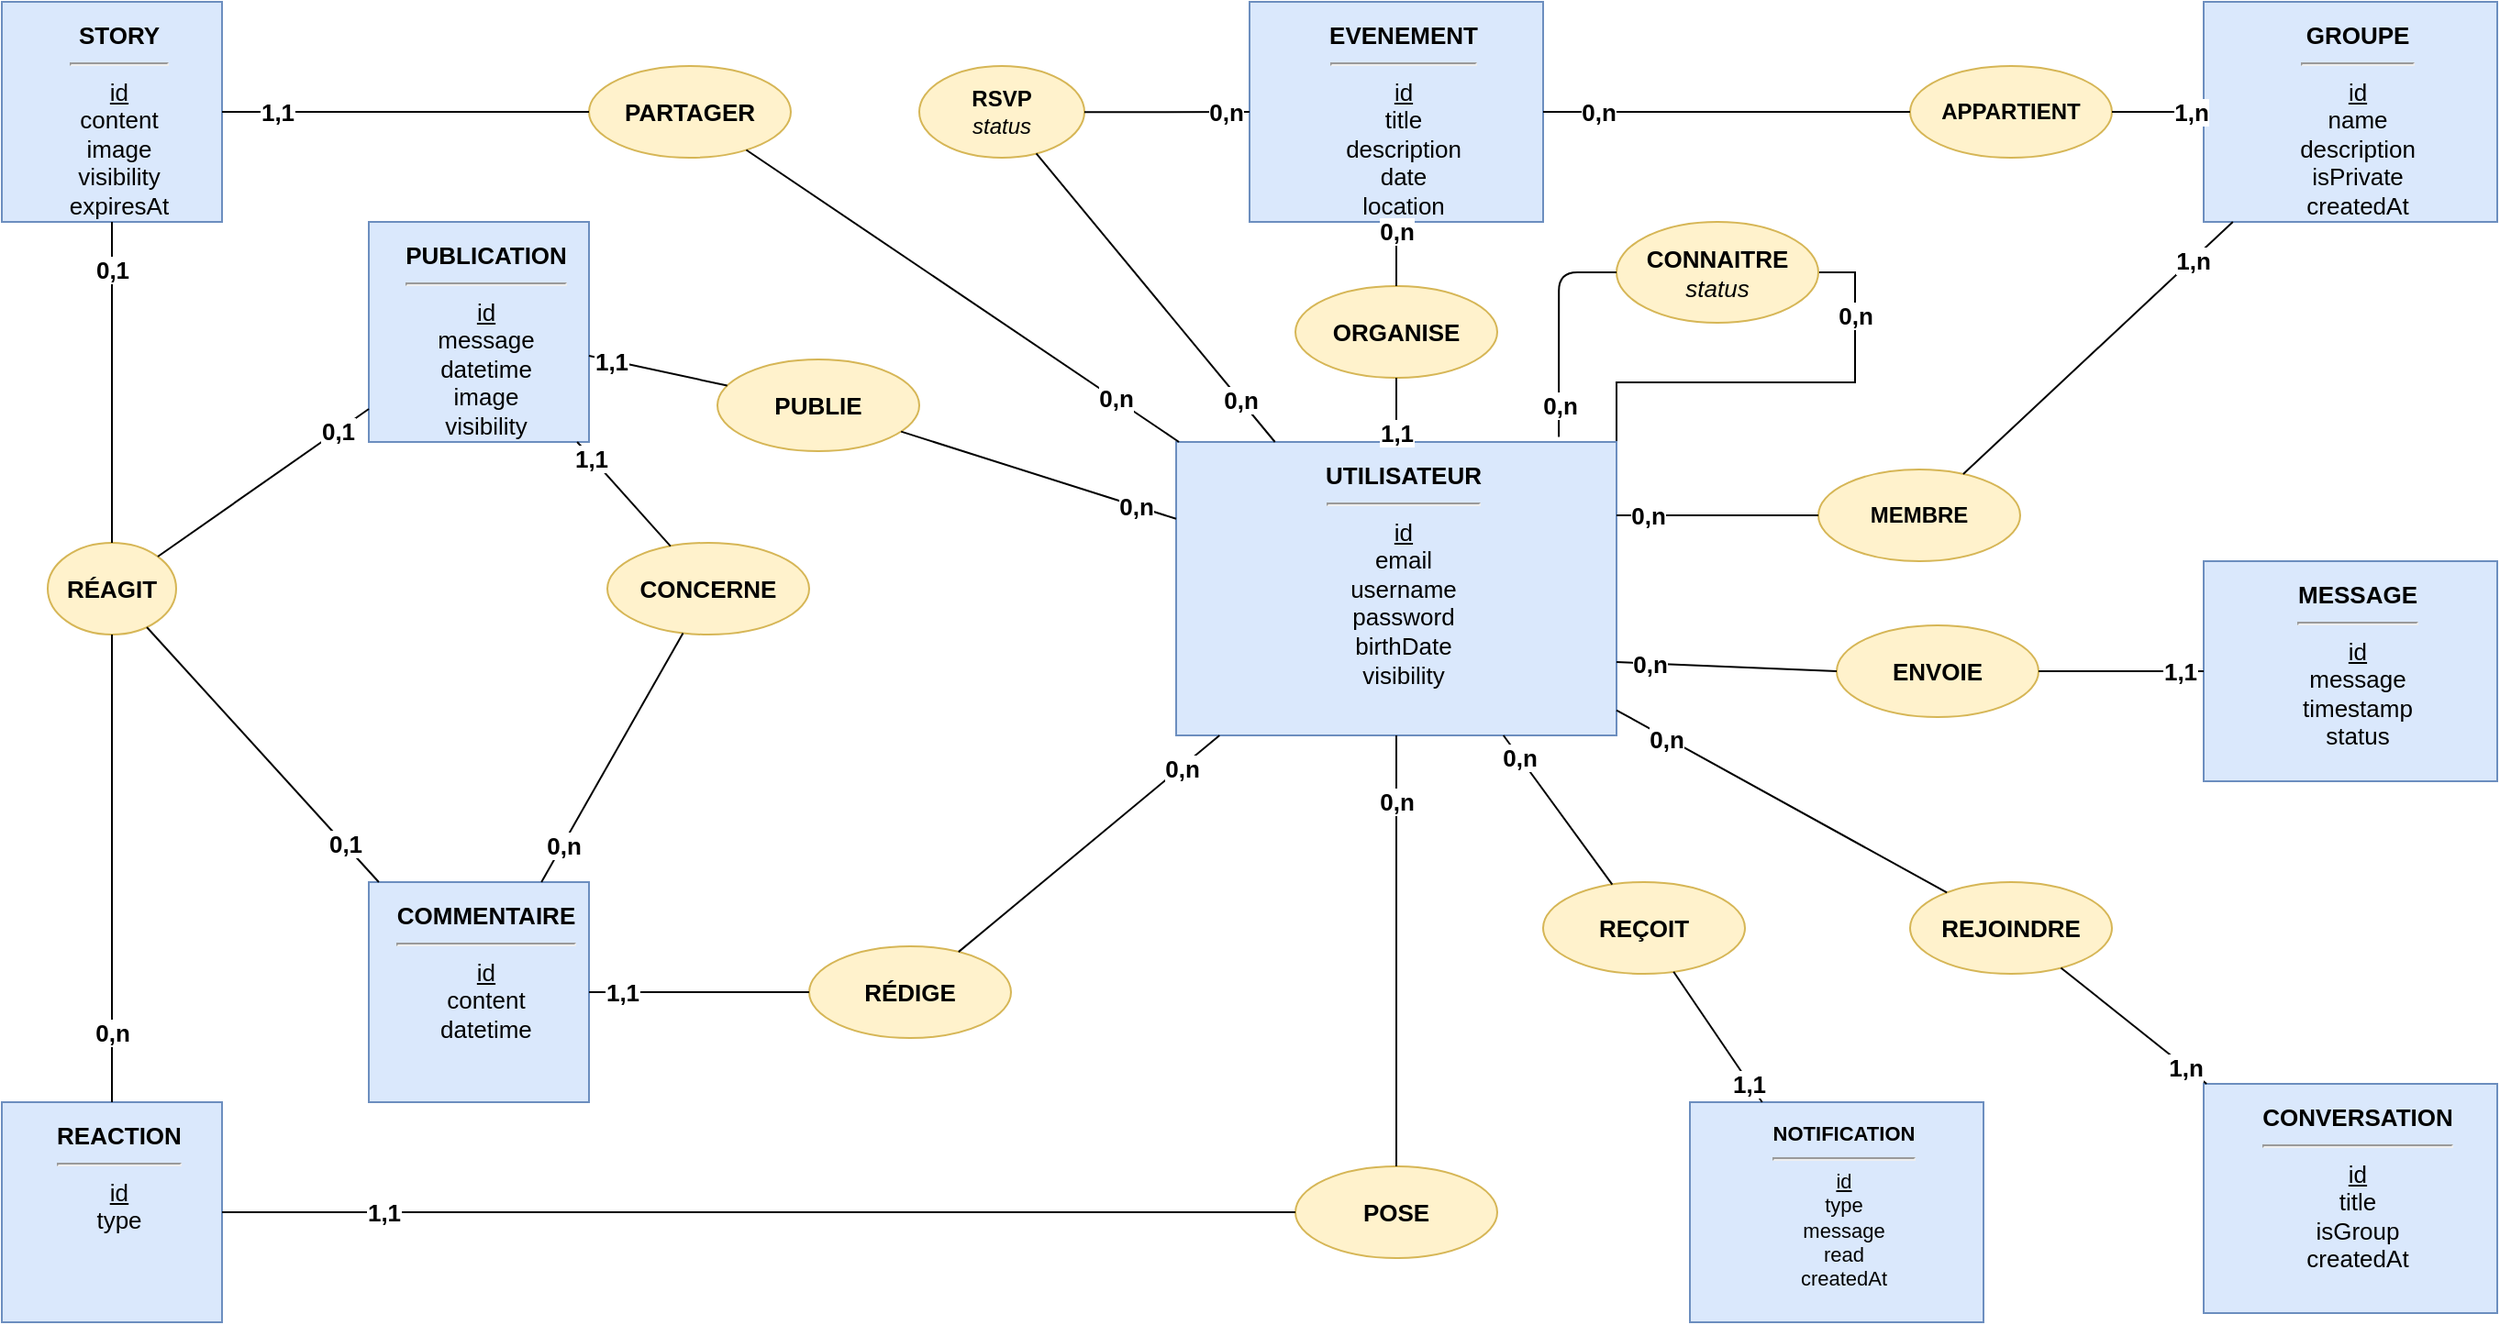
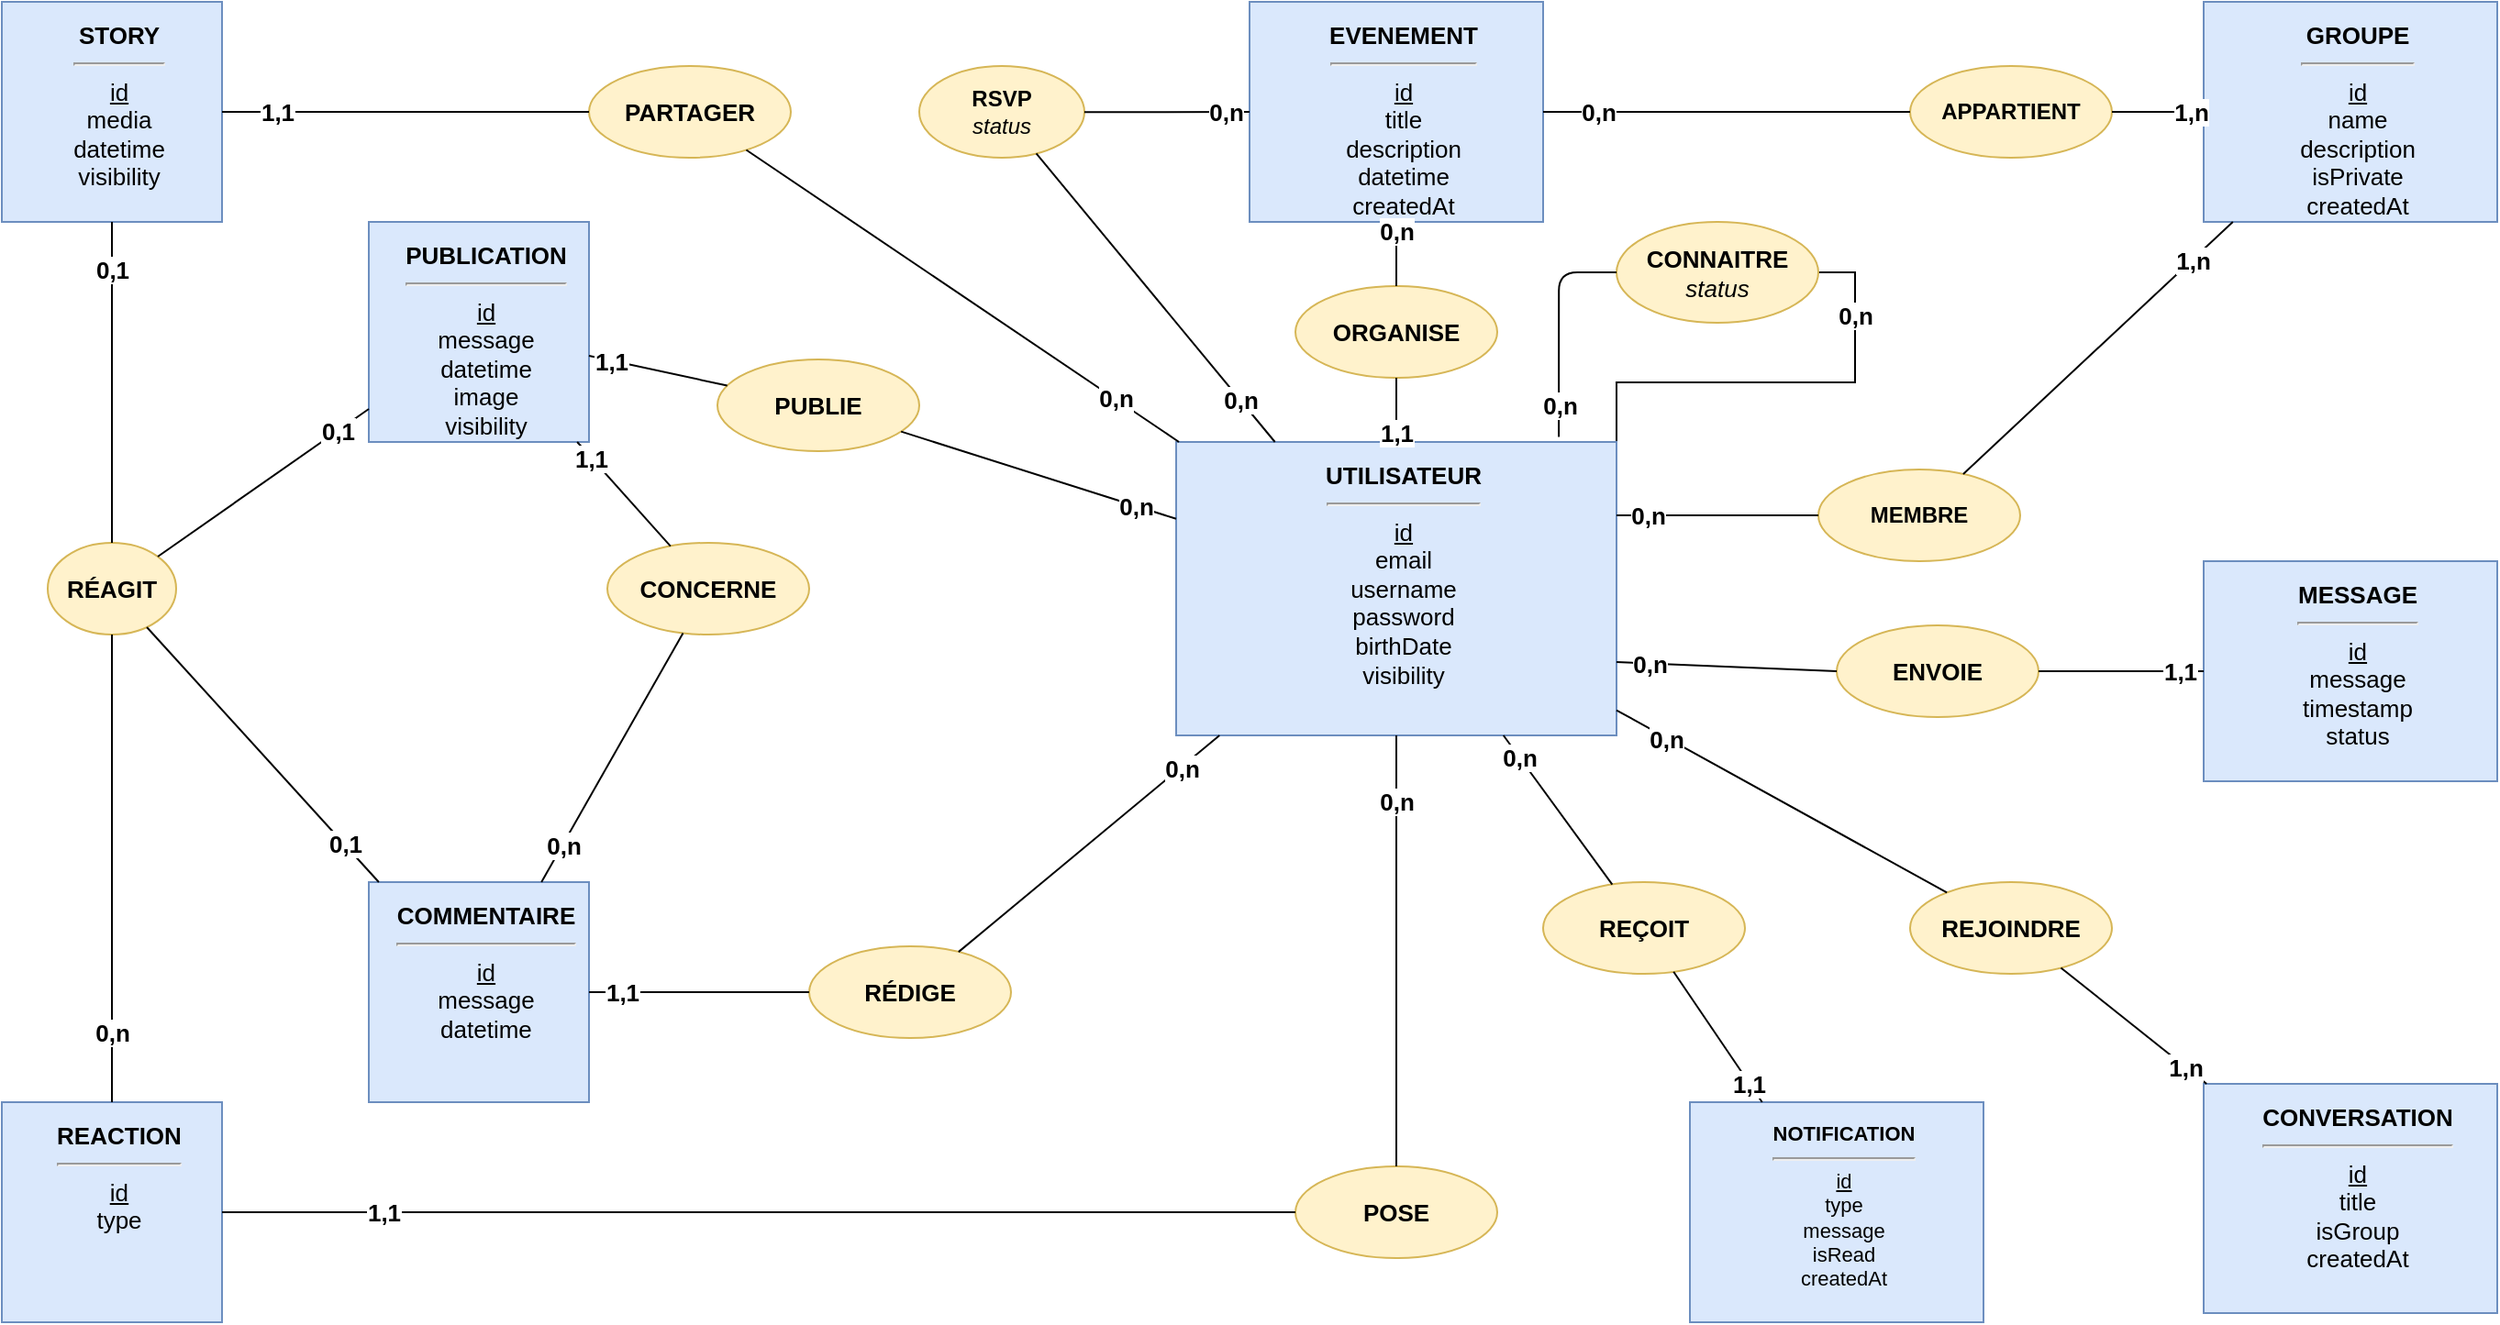
<mxfile host="app.diagrams.net">
  <diagram id="AvOPGSfi3XTp1epjIo77" name="Page-1">
-     <mxGraphModel dx="2875" dy="893" grid="1" gridSize="10" guides="1" tooltips="1" connect="1" arrows="1" fold="1" page="1" pageScale="1" pageWidth="1169" pageHeight="827" math="0" shadow="0">
+     <mxGraphModel dx="2619" dy="759" grid="1" gridSize="10" guides="1" tooltips="1" connect="1" arrows="1" fold="1" page="1" pageScale="1" pageWidth="1169" pageHeight="827" math="0" shadow="0">
      <root>
        <mxCell id="0" />
        <mxCell id="1" parent="0" />
        <mxCell id="I-HbLYSiOQ31D1_cL5be-6" edge="1" parent="1" source="e_user" style="rounded=0;orthogonalLoop=1;jettySize=auto;html=1;endArrow=none;endFill=0;strokeColor=default;exitX=1;exitY=0;exitDx=0;exitDy=0;entryX=1;entryY=0.5;entryDx=0;entryDy=0;edgeStyle=orthogonalEdgeStyle;" target="r_amitie" value="">
          <mxGeometry relative="1" as="geometry">
            <mxPoint x="450" y="280" as="sourcePoint" />
            <mxPoint x="480" y="200" as="targetPoint" />
          </mxGeometry>
        </mxCell>
        <mxCell id="card_amitie_user" connectable="0" parent="I-HbLYSiOQ31D1_cL5be-6" style="edgeLabel;html=1;align=center;verticalAlign=middle;resizable=0;fontSize=13;fontStyle=1;" value="0,n" vertex="1">
          <mxGeometry relative="1" x="-0.7" as="geometry">
            <mxPoint x="126" y="-37" as="offset" />
          </mxGeometry>
        </mxCell>
        <mxCell id="e_user" parent="1" style="rounded=0;whiteSpace=wrap;html=1;align=center;verticalAlign=top;fillColor=#dae8fc;strokeColor=#6c8ebf;spacingLeft=8;spacingTop=4;fontSize=13;" value="&lt;b&gt;UTILISATEUR&lt;/b&gt;&lt;hr&gt;&lt;u&gt;id&lt;/u&gt;&lt;br&gt;email&lt;br&gt;username&lt;br&gt;password&lt;br&gt;birthDate&lt;br&gt;visibility" vertex="1">
          <mxGeometry height="160" width="240" x="200" y="280" as="geometry" />
        </mxCell>
        <mxCell id="e_post" parent="1" style="rounded=0;whiteSpace=wrap;html=1;align=center;verticalAlign=top;fillColor=#dae8fc;strokeColor=#6c8ebf;spacingLeft=8;spacingTop=4;fontSize=13;" value="&lt;b&gt;PUBLICATION&lt;/b&gt;&lt;hr&gt;&lt;u&gt;id&lt;/u&gt;&lt;br&gt;message&lt;br&gt;datetime&lt;br&gt;image&lt;br&gt;visibility" vertex="1">
          <mxGeometry height="120" width="120" x="-240" y="160" as="geometry" />
        </mxCell>
-         <mxCell id="e_comment" parent="1" style="rounded=0;whiteSpace=wrap;html=1;align=center;verticalAlign=top;fillColor=#dae8fc;strokeColor=#6c8ebf;spacingLeft=8;spacingTop=4;fontSize=13;" value="&lt;b&gt;COMMENTAIRE&lt;/b&gt;&lt;hr&gt;&lt;u&gt;id&lt;/u&gt;&lt;br&gt;content&lt;br&gt;datetime" vertex="1">
+         <mxCell id="e_comment" parent="1" style="rounded=0;whiteSpace=wrap;html=1;align=center;verticalAlign=top;fillColor=#dae8fc;strokeColor=#6c8ebf;spacingLeft=8;spacingTop=4;fontSize=13;" value="&lt;b&gt;COMMENTAIRE&lt;/b&gt;&lt;hr&gt;&lt;u&gt;id&lt;/u&gt;&lt;br&gt;message&lt;br&gt;datetime" vertex="1">
          <mxGeometry height="120" width="120" x="-240" y="520" as="geometry" />
        </mxCell>
        <mxCell id="e_msg" parent="1" style="rounded=0;whiteSpace=wrap;html=1;align=center;verticalAlign=top;fillColor=#dae8fc;strokeColor=#6c8ebf;spacingLeft=8;spacingTop=4;fontSize=13;" value="&lt;b&gt;MESSAGE&lt;/b&gt;&lt;hr&gt;&lt;u&gt;id&lt;/u&gt;&lt;br&gt;message&lt;br&gt;timestamp&lt;br&gt;status" vertex="1">
          <mxGeometry height="120" width="160" x="760" y="345" as="geometry" />
        </mxCell>
-         <mxCell id="e_event" parent="1" style="rounded=0;whiteSpace=wrap;html=1;align=center;verticalAlign=top;fillColor=#dae8fc;strokeColor=#6c8ebf;spacingLeft=8;spacingTop=4;fontSize=13;" value="&lt;b&gt;EVENEMENT&lt;/b&gt;&lt;hr&gt;&lt;u&gt;id&lt;/u&gt;&lt;br&gt;title&lt;br&gt;description&lt;br&gt;date&lt;br&gt;location" vertex="1">
+         <mxCell id="e_event" parent="1" style="rounded=0;whiteSpace=wrap;html=1;align=center;verticalAlign=top;fillColor=#dae8fc;strokeColor=#6c8ebf;spacingLeft=8;spacingTop=4;fontSize=13;" value="&lt;b&gt;EVENEMENT&lt;/b&gt;&lt;hr&gt;&lt;u&gt;id&lt;/u&gt;&lt;br&gt;title&lt;br&gt;description&lt;br&gt;datetime&lt;br&gt;createdAt" vertex="1">
          <mxGeometry height="120" width="160" x="240" y="40" as="geometry" />
        </mxCell>
        <mxCell id="e_conv" parent="1" style="rounded=0;whiteSpace=wrap;html=1;align=center;verticalAlign=top;fillColor=#dae8fc;strokeColor=#6c8ebf;spacingLeft=8;spacingTop=4;fontSize=13;" value="&lt;b&gt;CONVERSATION&lt;/b&gt;&lt;hr&gt;&lt;u&gt;id&lt;/u&gt;&lt;br&gt;title&lt;br&gt;isGroup&lt;br&gt;createdAt" vertex="1">
          <mxGeometry height="125" width="160" x="760" y="630" as="geometry" />
        </mxCell>
-         <mxCell id="e_notif" parent="1" style="rounded=0;whiteSpace=wrap;html=1;align=center;verticalAlign=top;fillColor=#dae8fc;strokeColor=#6c8ebf;spacingLeft=8;spacingTop=4;fontSize=11;" value="&lt;b&gt;NOTIFICATION&lt;/b&gt;&lt;hr&gt;&lt;u&gt;id&lt;/u&gt;&lt;br&gt;type&lt;br&gt;message&lt;br&gt;read&lt;br&gt;createdAt" vertex="1">
+         <mxCell id="e_notif" parent="1" style="rounded=0;whiteSpace=wrap;html=1;align=center;verticalAlign=top;fillColor=#dae8fc;strokeColor=#6c8ebf;spacingLeft=8;spacingTop=4;fontSize=11;" value="&lt;b&gt;NOTIFICATION&lt;/b&gt;&lt;hr&gt;&lt;u&gt;id&lt;/u&gt;&lt;br&gt;type&lt;br&gt;message&lt;br&gt;isRead&lt;br&gt;createdAt" vertex="1">
          <mxGeometry height="120" width="160" x="480" y="640" as="geometry" />
        </mxCell>
-         <mxCell id="e_story" parent="1" style="rounded=0;whiteSpace=wrap;html=1;align=center;verticalAlign=top;fillColor=#dae8fc;strokeColor=#6c8ebf;spacingLeft=8;spacingTop=4;fontSize=13;" value="&lt;b&gt;STORY&lt;/b&gt;&lt;hr&gt;&lt;u&gt;id&lt;/u&gt;&lt;br&gt;content&lt;br&gt;image&lt;br&gt;visibility&lt;br&gt;expiresAt" vertex="1">
+         <mxCell id="e_story" parent="1" style="rounded=0;whiteSpace=wrap;html=1;align=center;verticalAlign=top;fillColor=#dae8fc;strokeColor=#6c8ebf;spacingLeft=8;spacingTop=4;fontSize=13;" value="&lt;b&gt;STORY&lt;/b&gt;&lt;hr&gt;&lt;u&gt;id&lt;/u&gt;&lt;br&gt;media&lt;br&gt;datetime&lt;br&gt;visibility" vertex="1">
          <mxGeometry height="120" width="120" x="-440" y="40" as="geometry" />
        </mxCell>
        <mxCell id="e_reaction" parent="1" style="rounded=0;whiteSpace=wrap;html=1;align=center;verticalAlign=top;fillColor=#dae8fc;strokeColor=#6c8ebf;spacingLeft=8;spacingTop=4;fontSize=13;" value="&lt;div&gt;&lt;b style=&quot;background-color: transparent; color: light-dark(rgb(0, 0, 0), rgb(255, 255, 255));&quot;&gt;REACTION&lt;/b&gt;&lt;/div&gt;&lt;hr&gt;&lt;u&gt;&lt;div&gt;&lt;u style=&quot;background-color: transparent; color: light-dark(rgb(0, 0, 0), rgb(255, 255, 255));&quot;&gt;id&lt;/u&gt;&lt;/div&gt;&lt;/u&gt;&lt;div&gt;&lt;span style=&quot;background-color: transparent; color: light-dark(rgb(0, 0, 0), rgb(255, 255, 255));&quot;&gt;type&lt;/span&gt;&lt;/div&gt;" vertex="1">
          <mxGeometry height="120" width="120" x="-440" y="640" as="geometry" />
        </mxCell>
        <mxCell id="r_publie_story" parent="1" style="ellipse;whiteSpace=wrap;html=1;fillColor=#fff2cc;strokeColor=#d6b656;fontSize=13;" value="&lt;b&gt;PARTAGER&lt;/b&gt;" vertex="1">
          <mxGeometry height="50" width="110" x="-120" y="75" as="geometry" />
        </mxCell>
        <mxCell id="r_pose" parent="1" style="ellipse;whiteSpace=wrap;html=1;fillColor=#fff2cc;strokeColor=#d6b656;fontSize=13;" value="&lt;b&gt;POSE&lt;/b&gt;" vertex="1">
          <mxGeometry height="50" width="110" x="265" y="675" as="geometry" />
        </mxCell>
        <mxCell id="r_reagit_post" parent="1" style="ellipse;whiteSpace=wrap;html=1;fillColor=#fff2cc;strokeColor=#d6b656;fontSize=13;" value="&lt;b&gt;RÉAGIT&lt;/b&gt;" vertex="1">
          <mxGeometry height="50" width="70" x="-415" y="335" as="geometry" />
        </mxCell>
        <mxCell id="es1" edge="1" parent="1" source="e_user" style="endArrow=none;html=1;" target="r_publie_story" value="">
          <mxGeometry relative="1" as="geometry" />
        </mxCell>
        <mxCell id="es1_src" connectable="0" parent="es1" style="edgeLabel;html=1;align=center;verticalAlign=middle;resizable=0;fontSize=13;fontStyle=1;" value="0,n" vertex="1">
          <mxGeometry relative="1" x="-0.7" as="geometry">
            <mxPoint as="offset" />
          </mxGeometry>
        </mxCell>
        <mxCell id="es2" edge="1" parent="1" source="r_publie_story" style="endArrow=none;html=1;" target="e_story" value="">
          <mxGeometry relative="1" as="geometry" />
        </mxCell>
        <mxCell id="es2_tgt" connectable="0" parent="es2" style="edgeLabel;html=1;align=center;verticalAlign=middle;resizable=0;fontSize=13;fontStyle=1;" value="1,1" vertex="1">
          <mxGeometry relative="1" x="0.7" as="geometry">
            <mxPoint as="offset" />
          </mxGeometry>
        </mxCell>
        <mxCell id="er1" edge="1" parent="1" source="e_user" style="endArrow=none;html=1;" target="r_pose" value="">
          <mxGeometry relative="1" as="geometry" />
        </mxCell>
        <mxCell id="er1_src" connectable="0" parent="er1" style="edgeLabel;html=1;align=center;verticalAlign=middle;resizable=0;fontSize=13;fontStyle=1;" value="0,n" vertex="1">
          <mxGeometry relative="1" x="-0.7" as="geometry">
            <mxPoint as="offset" />
          </mxGeometry>
        </mxCell>
        <mxCell id="er2" edge="1" parent="1" source="r_pose" style="endArrow=none;html=1;" target="e_reaction" value="">
          <mxGeometry relative="1" as="geometry" />
        </mxCell>
        <mxCell id="er2_tgt" connectable="0" parent="er2" style="edgeLabel;html=1;align=center;verticalAlign=middle;resizable=0;fontSize=13;fontStyle=1;" value="1,1" vertex="1">
          <mxGeometry relative="1" x="0.7" as="geometry">
            <mxPoint as="offset" />
          </mxGeometry>
        </mxCell>
        <mxCell id="er3" edge="1" parent="1" source="e_reaction" style="endArrow=none;html=1;" target="r_reagit_post" value="">
          <mxGeometry relative="1" as="geometry" />
        </mxCell>
        <mxCell id="er3_src" connectable="0" parent="er3" style="edgeLabel;html=1;align=center;verticalAlign=middle;resizable=0;fontSize=13;fontStyle=1;" value="0,n" vertex="1">
          <mxGeometry relative="1" x="-0.7" as="geometry">
            <mxPoint as="offset" />
          </mxGeometry>
        </mxCell>
        <mxCell id="er4" edge="1" parent="1" source="r_reagit_post" style="endArrow=none;html=1;" target="e_post" value="">
          <mxGeometry relative="1" as="geometry" />
        </mxCell>
        <mxCell id="er4_tgt" connectable="0" parent="er4" style="edgeLabel;html=1;align=center;verticalAlign=middle;resizable=0;fontSize=13;fontStyle=1;" value="0,1" vertex="1">
          <mxGeometry relative="1" x="0.7" as="geometry">
            <mxPoint as="offset" />
          </mxGeometry>
        </mxCell>
        <mxCell id="er5" edge="1" parent="1" source="r_reagit_post" style="endArrow=none;html=1;" target="e_story" value="">
          <mxGeometry relative="1" as="geometry" />
        </mxCell>
        <mxCell id="er5_tgt" connectable="0" parent="er5" style="edgeLabel;html=1;align=center;verticalAlign=middle;resizable=0;fontSize=13;fontStyle=1;" value="0,1" vertex="1">
          <mxGeometry relative="1" x="0.7" as="geometry">
            <mxPoint as="offset" />
          </mxGeometry>
        </mxCell>
        <mxCell id="er6" edge="1" parent="1" source="r_reagit_post" style="endArrow=none;html=1;" target="e_comment" value="">
          <mxGeometry relative="1" as="geometry" />
        </mxCell>
        <mxCell id="er6_tgt" connectable="0" parent="er6" style="edgeLabel;html=1;align=center;verticalAlign=middle;resizable=0;fontSize=13;fontStyle=1;" value="0,1" vertex="1">
          <mxGeometry relative="1" x="0.7" as="geometry">
            <mxPoint as="offset" />
          </mxGeometry>
        </mxCell>
        <mxCell id="r_publie" parent="1" style="ellipse;whiteSpace=wrap;html=1;fillColor=#fff2cc;strokeColor=#d6b656;fontSize=13;" value="&lt;b&gt;PUBLIE&lt;/b&gt;" vertex="1">
          <mxGeometry height="50" width="110" x="-50" y="235" as="geometry" />
        </mxCell>
        <mxCell id="r_redige" parent="1" style="ellipse;whiteSpace=wrap;html=1;fillColor=#fff2cc;strokeColor=#d6b656;fontSize=13;" value="&lt;b&gt;RÉDIGE&lt;/b&gt;" vertex="1">
          <mxGeometry height="50" width="110" y="555" as="geometry" />
        </mxCell>
        <mxCell id="r_concerne" parent="1" style="ellipse;whiteSpace=wrap;html=1;fillColor=#fff2cc;strokeColor=#d6b656;fontSize=13;" value="&lt;b&gt;CONCERNE&lt;/b&gt;" vertex="1">
          <mxGeometry height="50" width="110" x="-110" y="335" as="geometry" />
        </mxCell>
        <mxCell id="r_envoie" parent="1" style="ellipse;whiteSpace=wrap;html=1;fillColor=#fff2cc;strokeColor=#d6b656;fontSize=13;" value="&lt;b&gt;ENVOIE&lt;/b&gt;" vertex="1">
          <mxGeometry height="50" width="110" x="560" y="380" as="geometry" />
        </mxCell>
        <mxCell id="r_organise" parent="1" style="ellipse;whiteSpace=wrap;html=1;fillColor=#fff2cc;strokeColor=#d6b656;fontSize=13;" value="&lt;b&gt;ORGANISE&lt;/b&gt;" vertex="1">
          <mxGeometry height="50" width="110" x="265" y="195" as="geometry" />
        </mxCell>
        <mxCell id="r_participe" parent="1" style="ellipse;whiteSpace=wrap;html=1;fillColor=#fff2cc;strokeColor=#d6b656;fontSize=13;" value="&lt;b&gt;REJOINDRE&lt;/b&gt;" vertex="1">
          <mxGeometry height="50" width="110" x="600" y="520" as="geometry" />
        </mxCell>
        <mxCell id="r_notif" parent="1" style="ellipse;whiteSpace=wrap;html=1;fillColor=#fff2cc;strokeColor=#d6b656;fontSize=13;" value="&lt;b&gt;REÇOIT&lt;/b&gt;" vertex="1">
          <mxGeometry height="50" width="110" x="400" y="520" as="geometry" />
        </mxCell>
        <mxCell id="r_amitie" parent="1" style="ellipse;whiteSpace=wrap;html=1;fillColor=#fff2cc;strokeColor=#d6b656;fontSize=13;" value="&lt;b&gt;CONNAITRE&lt;/b&gt;&lt;br&gt;&lt;i&gt;status&lt;/i&gt;" vertex="1">
          <mxGeometry height="55" width="110" x="440" y="160" as="geometry" />
        </mxCell>
        <mxCell id="ed1" edge="1" parent="1" source="e_user" style="endArrow=none;html=1;" target="r_publie" value="">
          <mxGeometry relative="1" as="geometry" />
        </mxCell>
        <mxCell id="ed1_src" connectable="0" parent="ed1" style="edgeLabel;html=1;align=center;verticalAlign=middle;resizable=0;fontSize=13;fontStyle=1;" value="0,n" vertex="1">
          <mxGeometry relative="1" x="-0.7" as="geometry">
            <mxPoint as="offset" />
          </mxGeometry>
        </mxCell>
        <mxCell id="ed2" edge="1" parent="1" source="r_publie" style="endArrow=none;html=1;" target="e_post" value="">
          <mxGeometry relative="1" as="geometry" />
        </mxCell>
        <mxCell id="ed2_tgt" connectable="0" parent="ed2" style="edgeLabel;html=1;align=center;verticalAlign=middle;resizable=0;fontSize=13;fontStyle=1;" value="1,1" vertex="1">
          <mxGeometry relative="1" x="0.7" as="geometry">
            <mxPoint as="offset" />
          </mxGeometry>
        </mxCell>
        <mxCell id="ed3" edge="1" parent="1" source="e_user" style="endArrow=none;html=1;" target="r_redige" value="">
          <mxGeometry relative="1" as="geometry" />
        </mxCell>
        <mxCell id="ed3_src" connectable="0" parent="ed3" style="edgeLabel;html=1;align=center;verticalAlign=middle;resizable=0;fontSize=13;fontStyle=1;" value="0,n" vertex="1">
          <mxGeometry relative="1" x="-0.7" as="geometry">
            <mxPoint as="offset" />
          </mxGeometry>
        </mxCell>
        <mxCell id="ed4" edge="1" parent="1" source="r_redige" style="endArrow=none;html=1;" target="e_comment" value="">
          <mxGeometry relative="1" as="geometry" />
        </mxCell>
        <mxCell id="ed4_tgt" connectable="0" parent="ed4" style="edgeLabel;html=1;align=center;verticalAlign=middle;resizable=0;fontSize=13;fontStyle=1;" value="1,1" vertex="1">
          <mxGeometry relative="1" x="0.7" as="geometry">
            <mxPoint as="offset" />
          </mxGeometry>
        </mxCell>
        <mxCell id="ed5" edge="1" parent="1" source="e_comment" style="endArrow=none;html=1;" target="r_concerne" value="">
          <mxGeometry relative="1" as="geometry" />
        </mxCell>
        <mxCell id="ed5_src" connectable="0" parent="ed5" style="edgeLabel;html=1;align=center;verticalAlign=middle;resizable=0;fontSize=13;fontStyle=1;" value="0,n" vertex="1">
          <mxGeometry relative="1" x="-0.7" as="geometry">
            <mxPoint as="offset" />
          </mxGeometry>
        </mxCell>
        <mxCell id="ed6" edge="1" parent="1" source="r_concerne" style="endArrow=none;html=1;" target="e_post" value="">
          <mxGeometry relative="1" as="geometry" />
        </mxCell>
        <mxCell id="ed6_tgt" connectable="0" parent="ed6" style="edgeLabel;html=1;align=center;verticalAlign=middle;resizable=0;fontSize=13;fontStyle=1;" value="1,1" vertex="1">
          <mxGeometry relative="1" x="0.7" as="geometry">
            <mxPoint as="offset" />
          </mxGeometry>
        </mxCell>
        <mxCell id="ed7" edge="1" parent="1" source="e_user" style="endArrow=none;html=1;exitX=1;exitY=0.75;exitDx=0;exitDy=0;entryX=0;entryY=0.5;entryDx=0;entryDy=0;" target="r_envoie" value="">
          <mxGeometry relative="1" as="geometry">
            <mxPoint x="500" y="380" as="sourcePoint" />
            <mxPoint x="610" y="400" as="targetPoint" />
          </mxGeometry>
        </mxCell>
        <mxCell id="ed7_src" connectable="0" parent="ed7" style="edgeLabel;html=1;align=center;verticalAlign=middle;resizable=0;fontSize=13;fontStyle=1;" value="0,n" vertex="1">
          <mxGeometry relative="1" x="-0.7" as="geometry">
            <mxPoint as="offset" />
          </mxGeometry>
        </mxCell>
        <mxCell id="ed8" edge="1" parent="1" source="r_envoie" style="endArrow=none;html=1;entryX=0;entryY=0.5;entryDx=0;entryDy=0;" target="e_msg" value="">
          <mxGeometry relative="1" as="geometry">
            <mxPoint x="880" y="430" as="targetPoint" />
          </mxGeometry>
        </mxCell>
        <mxCell id="ed8_tgt" connectable="0" parent="ed8" style="edgeLabel;html=1;align=center;verticalAlign=middle;resizable=0;fontSize=13;fontStyle=1;" value="1,1" vertex="1">
          <mxGeometry relative="1" x="0.7" as="geometry">
            <mxPoint as="offset" />
          </mxGeometry>
        </mxCell>
        <mxCell id="ed9" edge="1" parent="1" source="e_user" style="endArrow=none;html=1;" target="r_organise" value="">
          <mxGeometry relative="1" as="geometry" />
        </mxCell>
        <mxCell id="ed9_src" connectable="0" parent="ed9" style="edgeLabel;html=1;align=center;verticalAlign=middle;resizable=0;fontSize=13;fontStyle=1;" value="1,1" vertex="1">
          <mxGeometry relative="1" x="-0.7" as="geometry">
            <mxPoint as="offset" />
          </mxGeometry>
        </mxCell>
        <mxCell id="ed10" edge="1" parent="1" source="r_organise" style="endArrow=none;html=1;" target="e_event" value="">
          <mxGeometry relative="1" as="geometry" />
        </mxCell>
        <mxCell id="ed10_tgt" connectable="0" parent="ed10" style="edgeLabel;html=1;align=center;verticalAlign=middle;resizable=0;fontSize=13;fontStyle=1;" value="0,n" vertex="1">
          <mxGeometry relative="1" x="0.7" as="geometry">
            <mxPoint as="offset" />
          </mxGeometry>
        </mxCell>
        <mxCell id="ed11" edge="1" parent="1" source="e_user" style="endArrow=none;html=1;" target="r_participe" value="">
          <mxGeometry relative="1" as="geometry" />
        </mxCell>
        <mxCell id="ed11_src" connectable="0" parent="ed11" style="edgeLabel;html=1;align=center;verticalAlign=middle;resizable=0;fontSize=13;fontStyle=1;" value="0,n" vertex="1">
          <mxGeometry relative="1" x="-0.7" as="geometry">
            <mxPoint as="offset" />
          </mxGeometry>
        </mxCell>
        <mxCell id="ed12" edge="1" parent="1" source="r_participe" style="endArrow=none;html=1;" target="e_conv" value="">
          <mxGeometry relative="1" as="geometry" />
        </mxCell>
        <mxCell id="ed12_tgt" connectable="0" parent="ed12" style="edgeLabel;html=1;align=center;verticalAlign=middle;resizable=0;fontSize=13;fontStyle=1;" value="1,n" vertex="1">
          <mxGeometry relative="1" x="0.7" as="geometry">
            <mxPoint as="offset" />
          </mxGeometry>
        </mxCell>
        <mxCell id="ed13" edge="1" parent="1" source="e_user" style="endArrow=none;html=1;" target="r_notif" value="">
          <mxGeometry relative="1" as="geometry" />
        </mxCell>
        <mxCell id="ed13_src" connectable="0" parent="ed13" style="edgeLabel;html=1;align=center;verticalAlign=middle;resizable=0;fontSize=13;fontStyle=1;" value="0,n" vertex="1">
          <mxGeometry relative="1" x="-0.7" as="geometry">
            <mxPoint as="offset" />
          </mxGeometry>
        </mxCell>
        <mxCell id="ed14" edge="1" parent="1" source="r_notif" style="endArrow=none;html=1;" target="e_notif" value="">
          <mxGeometry relative="1" as="geometry" />
        </mxCell>
        <mxCell id="ed14_tgt" connectable="0" parent="ed14" style="edgeLabel;html=1;align=center;verticalAlign=middle;resizable=0;fontSize=13;fontStyle=1;" value="1,1" vertex="1">
          <mxGeometry relative="1" x="0.7" as="geometry">
            <mxPoint as="offset" />
          </mxGeometry>
        </mxCell>
        <mxCell id="ed15" edge="1" parent="1" source="e_user" style="endArrow=none;html=1;exitX=0.869;exitY=-0.017;exitDx=0;exitDy=0;entryX=0;entryY=0.5;entryDx=0;entryDy=0;edgeStyle=orthogonalEdgeStyle;exitPerimeter=0;" target="r_amitie" value="">
          <mxGeometry relative="1" as="geometry" />
        </mxCell>
        <mxCell id="ed15_src" connectable="0" parent="ed15" style="edgeLabel;html=1;align=center;verticalAlign=middle;resizable=0;fontSize=13;fontStyle=1;" value="0,n" vertex="1">
          <mxGeometry relative="1" x="-0.7" as="geometry">
            <mxPoint as="offset" />
          </mxGeometry>
        </mxCell>
        <mxCell id="e_groupe" parent="1" style="rounded=0;whiteSpace=wrap;html=1;align=center;verticalAlign=top;fillColor=#dae8fc;strokeColor=#6c8ebf;spacingLeft=8;spacingTop=4;fontSize=13;" value="&lt;b&gt;GROUPE&lt;/b&gt;&lt;hr&gt;&lt;u&gt;id&lt;/u&gt;&lt;br&gt;name&lt;br&gt;description&lt;br&gt;isPrivate&lt;br&gt;createdAt" vertex="1">
          <mxGeometry height="120" width="160" x="760" y="40" as="geometry" />
        </mxCell>
        <mxCell id="r_groupe_event" parent="1" style="ellipse;whiteSpace=wrap;html=1;fillColor=#fff2cc;strokeColor=#d6b656;fontSize=12;" value="&lt;b&gt;APPARTIENT&lt;/b&gt;" vertex="1">
          <mxGeometry height="50" width="110" x="600" y="75" as="geometry" />
        </mxCell>
        <mxCell id="eg1" edge="1" parent="1" source="e_groupe" style="endArrow=none;html=1;" target="r_groupe_event" value="">
          <mxGeometry relative="1" as="geometry" />
        </mxCell>
        <mxCell id="eg1_src" connectable="0" parent="eg1" style="edgeLabel;html=1;align=center;verticalAlign=middle;resizable=0;fontSize=13;fontStyle=1;" value="1,n" vertex="1">
          <mxGeometry relative="1" x="-0.7" as="geometry">
            <mxPoint as="offset" />
          </mxGeometry>
        </mxCell>
        <mxCell id="eg2" edge="1" parent="1" source="r_groupe_event" style="endArrow=none;html=1;" target="e_event" value="">
          <mxGeometry relative="1" as="geometry" />
        </mxCell>
        <mxCell id="eg2_tgt" connectable="0" parent="eg2" style="edgeLabel;html=1;align=center;verticalAlign=middle;resizable=0;fontSize=13;fontStyle=1;" value="0,n" vertex="1">
          <mxGeometry relative="1" x="0.7" as="geometry">
            <mxPoint as="offset" />
          </mxGeometry>
        </mxCell>
        <mxCell id="r_membre" parent="1" style="ellipse;whiteSpace=wrap;html=1;fillColor=#fff2cc;strokeColor=#d6b656;fontSize=12;" value="&lt;b&gt;MEMBRE&lt;/b&gt;" vertex="1">
          <mxGeometry height="50" width="110" x="550" y="295" as="geometry" />
        </mxCell>
        <mxCell id="em1" edge="1" parent="1" source="e_user" style="endArrow=none;html=1;entryX=0;entryY=0.5;entryDx=0;entryDy=0;exitX=1;exitY=0.25;exitDx=0;exitDy=0;" target="r_membre" value="">
          <mxGeometry relative="1" as="geometry">
            <Array as="points" />
            <mxPoint x="450" y="323" as="sourcePoint" />
            <mxPoint x="620" y="350" as="targetPoint" />
          </mxGeometry>
        </mxCell>
        <mxCell id="em1_src" connectable="0" parent="em1" style="edgeLabel;html=1;align=center;verticalAlign=middle;resizable=0;fontSize=13;fontStyle=1;" value="0,n" vertex="1">
          <mxGeometry relative="1" x="-0.7" as="geometry">
            <mxPoint as="offset" />
          </mxGeometry>
        </mxCell>
        <mxCell id="em2" edge="1" parent="1" source="r_membre" style="endArrow=none;html=1;" target="e_groupe" value="">
          <mxGeometry relative="1" as="geometry" />
        </mxCell>
        <mxCell id="em2_tgt" connectable="0" parent="em2" style="edgeLabel;html=1;align=center;verticalAlign=middle;resizable=0;fontSize=13;fontStyle=1;" value="1,n" vertex="1">
          <mxGeometry relative="1" x="0.7" as="geometry">
            <mxPoint as="offset" />
          </mxGeometry>
        </mxCell>
        <mxCell id="r_rsvp" parent="1" style="ellipse;whiteSpace=wrap;html=1;fillColor=#fff2cc;strokeColor=#d6b656;fontSize=12;" value="&lt;b&gt;RSVP&lt;/b&gt;&lt;br&gt;&lt;i&gt;status&lt;/i&gt;" vertex="1">
          <mxGeometry height="50" width="90" x="60" y="75" as="geometry" />
        </mxCell>
        <mxCell id="ersvp1" edge="1" parent="1" source="e_user" style="endArrow=none;html=1;" target="r_rsvp" value="">
          <mxGeometry relative="1" as="geometry" />
        </mxCell>
        <mxCell id="ersvp1_src" connectable="0" parent="ersvp1" style="edgeLabel;html=1;align=center;verticalAlign=middle;resizable=0;fontSize=13;fontStyle=1;" value="0,n" vertex="1">
          <mxGeometry relative="1" x="-0.7" as="geometry">
            <mxPoint as="offset" />
          </mxGeometry>
        </mxCell>
        <mxCell id="ersvp2" edge="1" parent="1" source="r_rsvp" style="endArrow=none;html=1;" target="e_event" value="">
          <mxGeometry relative="1" as="geometry" />
        </mxCell>
        <mxCell id="ersvp2_tgt" connectable="0" parent="ersvp2" style="edgeLabel;html=1;align=center;verticalAlign=middle;resizable=0;fontSize=13;fontStyle=1;" value="0,n" vertex="1">
          <mxGeometry relative="1" x="0.7" as="geometry">
            <mxPoint as="offset" />
          </mxGeometry>
        </mxCell>
      </root>
    </mxGraphModel>
  </diagram>
</mxfile>
